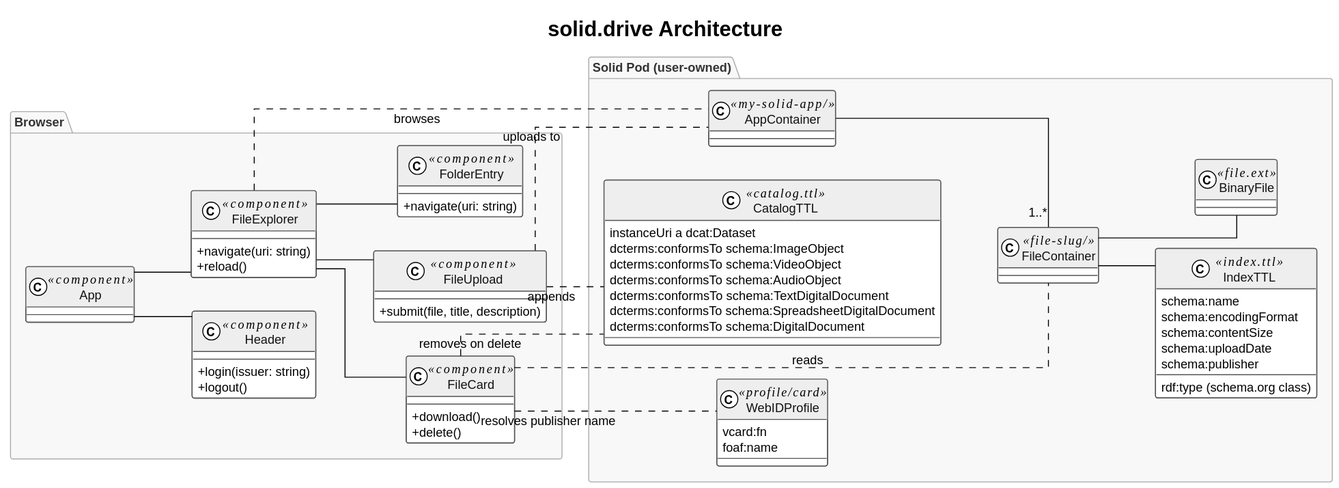
The PlantUML diagram docs/architecture.svg in WSE-research/Solid.Drive, before a commit. The source it was exported from:
```plantuml
@startuml
title solid.drive Architecture

!theme plain
skinparam defaultFontName sans-serif
skinparam defaultFontSize 13
skinparam classAttributeIconSize 0
skinparam backgroundColor White
skinparam linetype ortho

skinparam class {
  BackgroundColor White
  BorderColor #555555
  FontColor #111111
  HeaderBackgroundColor #EEEEEE
}

skinparam package {
  BackgroundColor #F8F8F8
  BorderColor #AAAAAA
  FontColor #333333
  FontStyle Bold
}

left to right direction

package "Browser" {

  class App <<component>>

  class Header <<component>> {
    +login(issuer: string)
    +logout()
  }

  class FileExplorer <<component>> {
    +navigate(uri: string)
    +reload()
  }

  class FileUpload <<component>> {
    +submit(file, title, description)
  }

  class FileCard <<component>> {
    +download()
    +delete()
  }

  class FolderEntry <<component>> {
    +navigate(uri: string)
  }

  App -- Header
  App -- FileExplorer
  FileExplorer -- FileUpload
  FileExplorer -- FileCard
  FileExplorer -- FolderEntry
}

package "Solid Pod (user-owned)" {

  class CatalogTTL <<catalog.ttl>> {
    instanceUri a dcat:Dataset
    dcterms:conformsTo schema:ImageObject
    dcterms:conformsTo schema:VideoObject
    dcterms:conformsTo schema:AudioObject
    dcterms:conformsTo schema:TextDigitalDocument
    dcterms:conformsTo schema:SpreadsheetDigitalDocument
    dcterms:conformsTo schema:DigitalDocument
  }

  class AppContainer <<my-solid-app/>>

  class FileContainer <<file-slug/>>

  class IndexTTL <<index.ttl>> {
    rdf:type (schema.org class)
    schema:name
    schema:encodingFormat
    schema:contentSize
    schema:uploadDate
    schema:publisher
  }

  class BinaryFile <<file.ext>>

  class WebIDProfile <<profile/card>> {
    vcard:fn
    foaf:name
  }

  AppContainer -- "1..*" FileContainer
  FileContainer -- IndexTTL
  FileContainer -- BinaryFile
}

FileUpload .. CatalogTTL   : appends
FileUpload .. AppContainer : uploads to
FileCard .. FileContainer  : reads
FileCard .. CatalogTTL     : removes on delete
FileCard .. WebIDProfile   : resolves publisher name
FileExplorer .. AppContainer : browses
@enduml
```
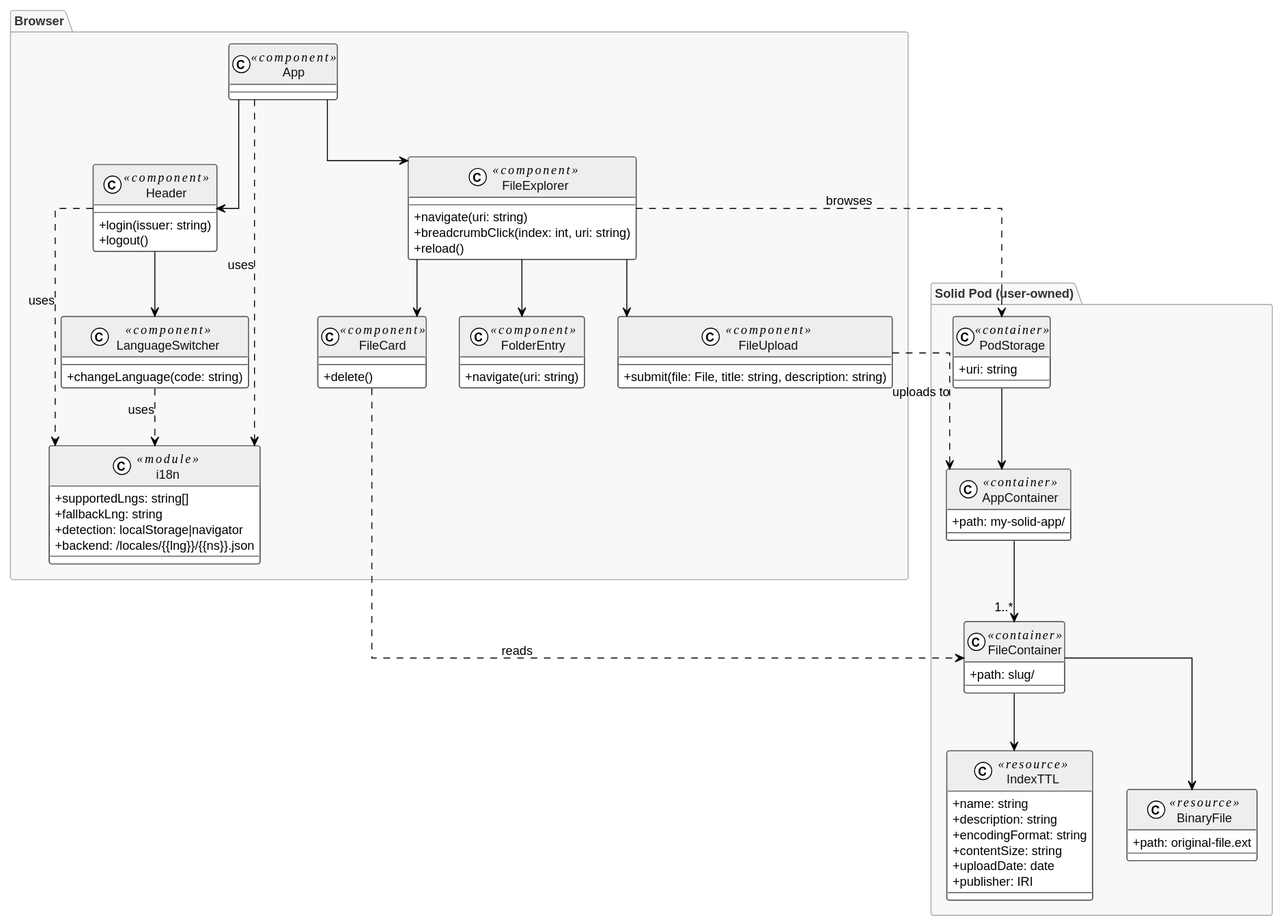
The same file after the commit.

The edit, as a diff of the source:
```diff
@@ -1,12 +1,9 @@
 @startuml
-title solid.drive Architecture
-
 !theme plain
 skinparam defaultFontName sans-serif
 skinparam defaultFontSize 13
+skinparam linetype ortho
 skinparam classAttributeIconSize 0
-skinparam backgroundColor White
-skinparam linetype ortho
 
 skinparam class {
   BackgroundColor White
@@ -22,28 +19,36 @@
   FontStyle Bold
 }
 
-left to right direction
+skinparam note {
+  BackgroundColor #FFFFF0
+  BorderColor #AAAAAA
+}
 
 package "Browser" {
 
-  class App <<component>>
+  class App <<component>> {
+  }
 
   class Header <<component>> {
     +login(issuer: string)
     +logout()
   }
 
+  class LanguageSwitcher <<component>> {
+    +changeLanguage(code: string)
+  }
+
   class FileExplorer <<component>> {
     +navigate(uri: string)
+    +breadcrumbClick(index: int, uri: string)
     +reload()
   }
 
   class FileUpload <<component>> {
-    +submit(file, title, description)
+    +submit(file: File, title: string, description: string)
   }
 
   class FileCard <<component>> {
-    +download()
     +delete()
   }
 
@@ -51,54 +56,58 @@
     +navigate(uri: string)
   }
 
-  App -- Header
-  App -- FileExplorer
-  FileExplorer -- FileUpload
-  FileExplorer -- FileCard
-  FileExplorer -- FolderEntry
+  class i18n <<module>> {
+    +supportedLngs: string[]
+    +fallbackLng: string
+    +detection: localStorage|navigator
+    +backend: /locales/{{lng}}/{{ns}}.json
+  }
+
+  App --> Header
+  App --> FileExplorer
+  Header --> LanguageSwitcher
+  FileExplorer --> FileUpload
+  FileExplorer --> FileCard
+  FileExplorer --> FolderEntry
+  App ..> i18n : uses
+  Header ..> i18n : uses
+  LanguageSwitcher ..> i18n : uses
 }
 
 package "Solid Pod (user-owned)" {
 
-  class CatalogTTL <<catalog.ttl>> {
-    instanceUri a dcat:Dataset
-    dcterms:conformsTo schema:ImageObject
-    dcterms:conformsTo schema:VideoObject
-    dcterms:conformsTo schema:AudioObject
-    dcterms:conformsTo schema:TextDigitalDocument
-    dcterms:conformsTo schema:SpreadsheetDigitalDocument
-    dcterms:conformsTo schema:DigitalDocument
+  class PodStorage <<container>> {
+    +uri: string
   }
 
-  class AppContainer <<my-solid-app/>>
-
-  class FileContainer <<file-slug/>>
-
-  class IndexTTL <<index.ttl>> {
-    rdf:type (schema.org class)
-    schema:name
-    schema:encodingFormat
-    schema:contentSize
-    schema:uploadDate
-    schema:publisher
+  class AppContainer <<container>> {
+    +path: my-solid-app/
   }
 
-  class BinaryFile <<file.ext>>
-
-  class WebIDProfile <<profile/card>> {
-    vcard:fn
-    foaf:name
+  class FileContainer <<container>> {
+    +path: slug/
   }
 
-  AppContainer -- "1..*" FileContainer
-  FileContainer -- IndexTTL
-  FileContainer -- BinaryFile
+  class IndexTTL <<resource>> {
+    +name: string
+    +description: string
+    +encodingFormat: string
+    +contentSize: string
+    +uploadDate: date
+    +publisher: IRI
+  }
+
+  class BinaryFile <<resource>> {
+    +path: original-file.ext
+  }
+
+  PodStorage --> AppContainer
+  AppContainer --> "1..*" FileContainer
+  FileContainer --> IndexTTL
+  FileContainer --> BinaryFile
 }
 
-FileUpload .. CatalogTTL   : appends
-FileUpload .. AppContainer : uploads to
-FileCard .. FileContainer  : reads
-FileCard .. CatalogTTL     : removes on delete
-FileCard .. WebIDProfile   : resolves publisher name
-FileExplorer .. AppContainer : browses
+FileExplorer ..> PodStorage : browses
+FileUpload ..> AppContainer : uploads to
+FileCard ..> FileContainer : reads
 @enduml
```
